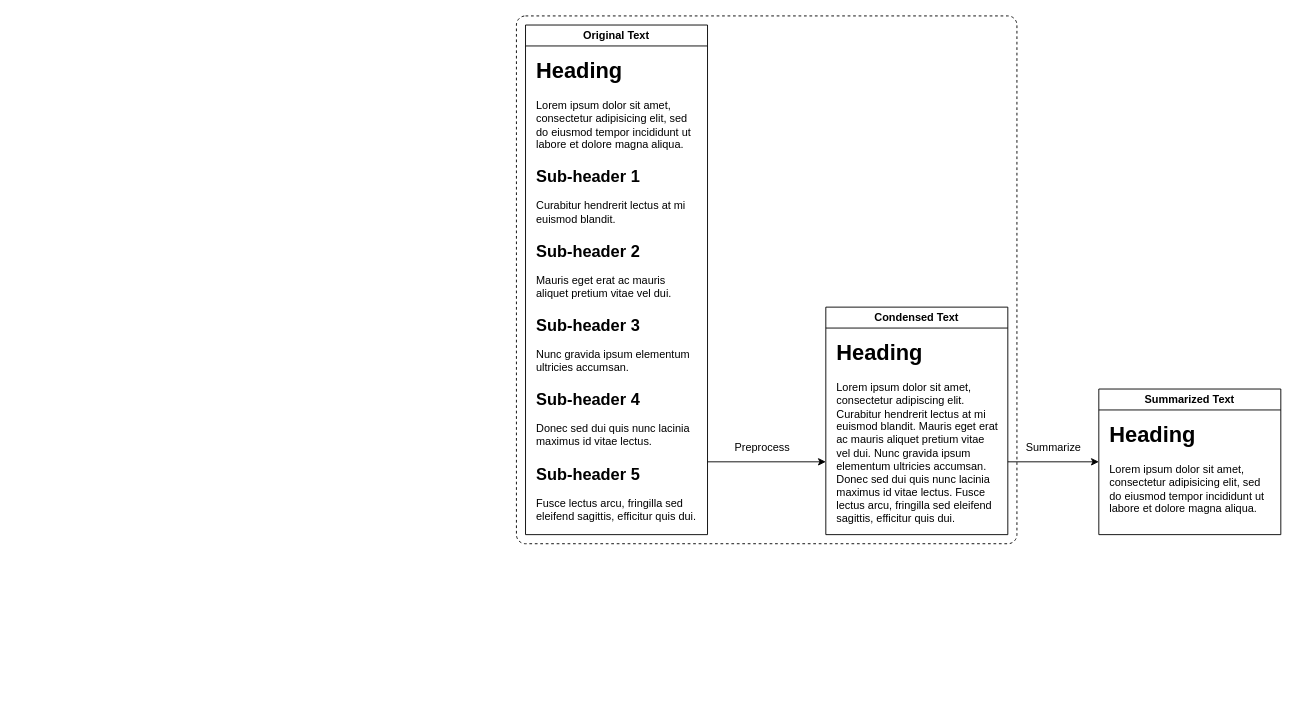
Before: page "Data condensing process PPT" (12 of 16) of documents/thesis/diagram/thesis.drawio in Z3n0n3005/Report-Generation, a draw.io diagram. Source tidied: cells renumbered, new cells numbered last; positions are measured from the earlier drawing's top-left corner, leaving out a move shared by most shapes. Both pictures are drawn from the tidied source at 91%, with x=0, y=0 at pixel (516, 15).
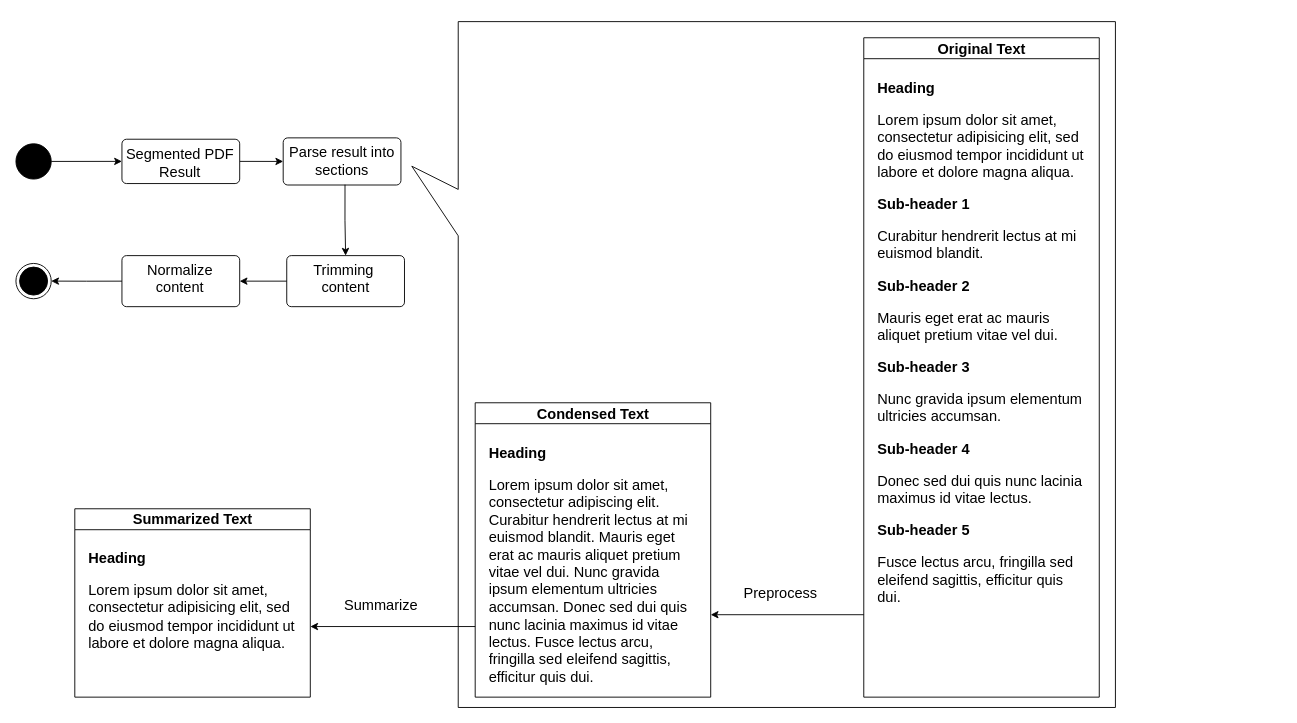
Above is the later version.

Change to the diagram source:
```diff
@@
-    <mxCell id="2" style="html=1;align=center;verticalAlign=top;rounded=1;absoluteArcSize=1;arcSize=20;dashed=1;whiteSpace=wrap;" parent="1" vertex="1">
-      <mxGeometry width="550" height="580" as="geometry" />
-    </mxCell>
+    <mxCell id="13" style="group;" parent="1" vertex="1">
+      <mxGeometry x="-550" y="6.2" width="1208.3" height="753.8" as="geometry" />
+    </mxCell>
+    <mxCell id="14" style="whiteSpace=wrap;html=1;shape=mxgraph.basic.rectCallout;dx=209.9;dy=51;boundedLbl=1;rotation=90;" parent="13" vertex="1">
+      <mxGeometry x="444.8" y="-9.7" width="753.7" height="773.2" as="geometry" />
+    </mxCell>
-    <mxCell id="3" value="Original Text" style="swimlane;whiteSpace=wrap;html=1;" parent="1" vertex="1">
-      <mxGeometry x="10" y="10" width="200" height="560" as="geometry" />
+    <mxCell id="3" value="&lt;font style=&quot;font-size: 16px;&quot;&gt;Original Text&lt;/font&gt;" style="swimlane;whiteSpace=wrap;html=1;" parent="13" vertex="1">
+      <mxGeometry x="931.7" y="17.8" width="258.8" height="724.6" as="geometry" />
     </mxCell>
-    <mxCell id="4" value="&lt;h1 style=&quot;margin-top: 0px;&quot;&gt;Heading&lt;/h1&gt;&lt;p&gt;Lorem ipsum dolor sit amet, consectetur adipisicing elit, sed do eiusmod tempor incididunt ut labore et dolore magna aliqua.&lt;/p&gt;&lt;h1 style=&quot;margin-top: 0px; margin-bottom: 0px;&quot;&gt;&lt;font style=&quot;font-size: 18px;&quot;&gt;Sub-header 1&lt;/font&gt;&lt;/h1&gt;&lt;p&gt;Curabitur hendrerit lectus at mi euismod blandit.&lt;/p&gt;&lt;h1 style=&quot;margin-top: 0px; margin-bottom: 0px;&quot;&gt;&lt;font style=&quot;font-size: 18px;&quot;&gt;Sub-header 2&lt;/font&gt;&lt;/h1&gt;&lt;p&gt;Mauris eget erat ac mauris aliquet pretium vitae vel dui.&lt;/p&gt;&lt;h1 style=&quot;margin-top: 0px; margin-bottom: 0px;&quot;&gt;&lt;font style=&quot;font-size: 18px;&quot;&gt;Sub-header 3&lt;/font&gt;&lt;/h1&gt;&lt;p&gt;Nunc gravida ipsum elementum ultricies accumsan.&lt;/p&gt;&lt;h1 style=&quot;margin-top: 0px; margin-bottom: 0px;&quot;&gt;&lt;font style=&quot;font-size: 18px;&quot;&gt;Sub-header 4&lt;/font&gt;&lt;/h1&gt;&lt;p&gt;Donec sed dui quis nunc lacinia maximus id vitae lectus.&lt;/p&gt;&lt;h1 style=&quot;margin-top: 0px; margin-bottom: 0px;&quot;&gt;&lt;font style=&quot;font-size: 18px;&quot;&gt;Sub-header 5&lt;/font&gt;&lt;/h1&gt;&lt;p&gt;Fusce lectus arcu, fringilla sed eleifend sagittis, efficitur quis dui.&lt;/p&gt;" style="text;html=1;whiteSpace=wrap;overflow=hidden;rounded=0;" parent="3" vertex="1">
-      <mxGeometry x="10" y="30" width="180" height="520" as="geometry" />
+    <mxCell id="4" value="&lt;h1 style=&quot;margin-top: 0px; font-size: 16px;&quot;&gt;Heading&lt;/h1&gt;&lt;p style=&quot;font-size: 16px;&quot;&gt;Lorem ipsum dolor sit amet, consectetur adipisicing elit, sed do eiusmod tempor incididunt ut labore et dolore magna aliqua.&lt;/p&gt;&lt;h1 style=&quot;margin-top: 0px; margin-bottom: 0px; font-size: 16px;&quot;&gt;&lt;font style=&quot;font-size: 16px;&quot;&gt;Sub-header 1&lt;/font&gt;&lt;/h1&gt;&lt;p style=&quot;font-size: 16px;&quot;&gt;Curabitur hendrerit lectus at mi euismod blandit.&lt;/p&gt;&lt;h1 style=&quot;margin-top: 0px; margin-bottom: 0px; font-size: 16px;&quot;&gt;&lt;font style=&quot;font-size: 16px;&quot;&gt;Sub-header 2&lt;/font&gt;&lt;/h1&gt;&lt;p style=&quot;font-size: 16px;&quot;&gt;Mauris eget erat ac mauris aliquet pretium vitae vel dui.&lt;/p&gt;&lt;h1 style=&quot;margin-top: 0px; margin-bottom: 0px; font-size: 16px;&quot;&gt;&lt;font style=&quot;font-size: 16px;&quot;&gt;Sub-header 3&lt;/font&gt;&lt;/h1&gt;&lt;p style=&quot;font-size: 16px;&quot;&gt;Nunc gravida ipsum elementum ultricies accumsan.&lt;/p&gt;&lt;h1 style=&quot;margin-top: 0px; margin-bottom: 0px; font-size: 16px;&quot;&gt;&lt;font style=&quot;font-size: 16px;&quot;&gt;Sub-header 4&lt;/font&gt;&lt;/h1&gt;&lt;p style=&quot;font-size: 16px;&quot;&gt;Donec sed dui quis nunc lacinia maximus id vitae lectus.&lt;/p&gt;&lt;h1 style=&quot;margin-top: 0px; margin-bottom: 0px; font-size: 16px;&quot;&gt;&lt;font style=&quot;font-size: 16px;&quot;&gt;Sub-header 5&lt;/font&gt;&lt;/h1&gt;&lt;p style=&quot;font-size: 16px;&quot;&gt;Fusce lectus arcu, fringilla sed eleifend sagittis, efficitur quis dui.&lt;/p&gt;" style="text;html=1;whiteSpace=wrap;overflow=hidden;rounded=0;fontSize=16;" parent="3" vertex="1">
+      <mxGeometry x="12.9" y="38.8" width="232.9" height="672.9" as="geometry" />
     </mxCell>
-    <mxCell id="5" value="Condensed Text" style="swimlane;whiteSpace=wrap;html=1;" parent="1" vertex="1">
-      <mxGeometry x="340" y="320" width="200" height="250" as="geometry" />
+    <mxCell id="5" value="&lt;font style=&quot;font-size: 16px;&quot;&gt;Condensed Text&lt;/font&gt;" style="swimlane;whiteSpace=wrap;html=1;" parent="13" vertex="1">
+      <mxGeometry x="504.7" y="418.9" width="258.8" height="323.5" as="geometry" />
     </mxCell>
-    <mxCell id="6" value="&lt;h1 style=&quot;margin-top: 0px;&quot;&gt;Heading&lt;/h1&gt;&lt;p&gt;Lorem ipsum dolor sit amet, consectetur adipiscing elit. Curabitur hendrerit lectus at mi euismod blandit. Mauris eget erat ac mauris aliquet pretium vitae vel dui. Nunc gravida ipsum elementum ultricies accumsan. Donec sed dui quis nunc lacinia maximus id vitae lectus.&amp;nbsp;&lt;span style=&quot;background-color: initial;&quot;&gt;Fusce lectus arcu, fringilla sed eleifend sagittis, efficitur quis dui.&lt;/span&gt;&lt;br&gt;&lt;/p&gt;" style="text;html=1;whiteSpace=wrap;overflow=hidden;rounded=0;" parent="5" vertex="1">
-      <mxGeometry x="10" y="30" width="180" height="220" as="geometry" />
+    <mxCell id="6" value="&lt;h1 style=&quot;margin-top: 0px; font-size: 16px;&quot;&gt;Heading&lt;/h1&gt;&lt;p style=&quot;font-size: 16px;&quot;&gt;Lorem ipsum dolor sit amet, consectetur adipiscing elit. Curabitur hendrerit lectus at mi euismod blandit. Mauris eget erat ac mauris aliquet pretium vitae vel dui. Nunc gravida ipsum elementum ultricies accumsan. Donec sed dui quis nunc lacinia maximus id vitae lectus.&amp;nbsp;&lt;span style=&quot;background-color: initial; font-size: 16px;&quot;&gt;Fusce lectus arcu, fringilla sed eleifend sagittis, efficitur quis dui.&lt;/span&gt;&lt;br style=&quot;font-size: 16px;&quot;&gt;&lt;/p&gt;" style="text;html=1;whiteSpace=wrap;overflow=hidden;rounded=0;fontSize=16;" parent="5" vertex="1">
+      <mxGeometry x="12.9" y="38.8" width="232.9" height="284.7" as="geometry" />
     </mxCell>
-    <mxCell id="7" value="Summarized Text" style="swimlane;whiteSpace=wrap;html=1;" parent="1" vertex="1">
-      <mxGeometry x="640" y="410" width="200" height="160" as="geometry" />
+    <mxCell id="7" value="&lt;font style=&quot;font-size: 16px;&quot;&gt;Summarized Text&lt;/font&gt;" style="swimlane;whiteSpace=wrap;html=1;" parent="13" vertex="1">
+      <mxGeometry x="64.7" y="535.4" width="258.8" height="207" as="geometry" />
     </mxCell>
-    <mxCell id="8" value="&lt;h1 style=&quot;margin-top: 0px;&quot;&gt;Heading&lt;/h1&gt;&lt;p&gt;Lorem ipsum dolor sit amet, consectetur adipisicing elit, sed do eiusmod tempor incididunt ut labore et dolore magna aliqua.&lt;/p&gt;" style="text;html=1;whiteSpace=wrap;overflow=hidden;rounded=0;" parent="7" vertex="1">
-      <mxGeometry x="10" y="30" width="180" height="120" as="geometry" />
+    <mxCell id="8" value="&lt;h1 style=&quot;margin-top: 0px; font-size: 16px;&quot;&gt;Heading&lt;/h1&gt;&lt;p style=&quot;font-size: 16px;&quot;&gt;Lorem ipsum dolor sit amet, consectetur adipisicing elit, sed do eiusmod tempor incididunt ut labore et dolore magna aliqua.&lt;/p&gt;" style="text;html=1;whiteSpace=wrap;overflow=hidden;rounded=0;fontSize=16;" parent="7" vertex="1">
+      <mxGeometry x="12.9" y="38.8" width="232.9" height="155.3" as="geometry" />
     </mxCell>
-    <mxCell id="9" style="endArrow=classic;html=1;rounded=0;" parent="1" edge="1">
+    <mxCell id="9" style="endArrow=classic;html=1;rounded=0;" parent="13" edge="1">
       <mxGeometry relative="1" as="geometry">
-        <mxPoint x="210" y="490" as="sourcePoint" />
-        <mxPoint x="340" y="490" as="targetPoint" />
+        <mxPoint x="931.7" y="651.8" as="sourcePoint" />
+        <mxPoint x="763.5" y="651.8" as="targetPoint" />
       </mxGeometry>
     </mxCell>
-    <mxCell id="10" style="endArrow=classic;html=1;rounded=0;entryX=0;entryY=0.5;entryDx=0;entryDy=0;" parent="1" edge="1" target="7">
+    <mxCell id="10" style="endArrow=classic;html=1;rounded=0;" parent="13" edge="1">
       <mxGeometry relative="1" as="geometry">
-        <mxPoint x="540" y="490" as="sourcePoint" />
+        <mxPoint x="504.7" y="664.8" as="sourcePoint" />
+        <mxPoint x="323.5" y="664.8" as="targetPoint" />
       </mxGeometry>
     </mxCell>
-    <mxCell id="11" value="Preprocess" style="text;html=1;align=center;verticalAlign=middle;strokeColor=none;fillColor=none;" parent="1" vertex="1">
-      <mxGeometry x="230" y="460" width="80" height="30" as="geometry" />
+    <mxCell id="11" value="Preprocess" style="text;html=1;align=center;verticalAlign=middle;strokeColor=none;fillColor=none;fontSize=16;" parent="13" vertex="1">
+      <mxGeometry x="790" y="613" width="100" height="30" as="geometry" />
     </mxCell>
-    <mxCell id="12" value="Summarize" style="text;html=1;align=center;verticalAlign=middle;strokeColor=none;fillColor=none;" parent="1" vertex="1">
-      <mxGeometry x="550" y="460" width="80" height="30" as="geometry" />
+    <mxCell id="12" value="&lt;font style=&quot;font-size: 16px;&quot;&gt;Summarize&lt;/font&gt;" style="text;html=1;align=center;verticalAlign=middle;strokeColor=none;fillColor=none;" parent="13" vertex="1">
+      <mxGeometry x="351.1" y="626" width="100" height="30" as="geometry" />
     </mxCell>
+    <mxCell id="15" style="edgeStyle=orthogonalEdgeStyle;rounded=0;jettySize=auto;html=1;exitX=1;exitY=0.5;exitDx=0;exitDy=0;entryX=0;entryY=0.5;entryDx=0;entryDy=0;" parent="13" edge="1" source="16" target="20">
+      <mxGeometry relative="1" as="geometry" />
+    </mxCell>
+    <mxCell id="16" value="&lt;font style=&quot;font-size: 16px;&quot;&gt;Segmented PDF Result&lt;/font&gt;" style="html=1;align=center;verticalAlign=top;rounded=1;absoluteArcSize=1;arcSize=10;dashed=0;whiteSpace=wrap;" parent="13" vertex="1">
+      <mxGeometry x="116.5" y="129.3" width="129.4" height="48.7" as="geometry" />
+    </mxCell>
+    <mxCell id="17" style="edgeStyle=orthogonalEdgeStyle;rounded=0;jettySize=auto;html=1;exitX=1;exitY=0.5;exitDx=0;exitDy=0;entryX=0;entryY=0.5;entryDx=0;entryDy=0;" parent="13" edge="1" source="18" target="16">
+      <mxGeometry relative="1" as="geometry" />
+    </mxCell>
+    <mxCell id="18" style="ellipse;fillColor=strokeColor;html=1;" parent="13" vertex="1">
+      <mxGeometry y="134.3" width="38.8" height="38.8" as="geometry" />
+    </mxCell>
+    <mxCell id="19" style="ellipse;html=1;shape=endState;fillColor=strokeColor;" parent="13" vertex="1">
+      <mxGeometry y="265.8" width="38.8" height="38.8" as="geometry" />
+    </mxCell>
+    <mxCell id="20" value="&lt;font style=&quot;font-size: 16px;&quot;&gt;Parse result into sections&lt;/font&gt;" style="html=1;align=center;verticalAlign=top;rounded=1;absoluteArcSize=1;arcSize=10;dashed=0;whiteSpace=wrap;" parent="13" vertex="1">
+      <mxGeometry x="293.7" y="127.8" width="129.4" height="51.8" as="geometry" />
+    </mxCell>
+    <mxCell id="21" value="&lt;font style=&quot;font-size: 16px;&quot;&gt;Trimming&amp;nbsp;&lt;/font&gt;&lt;div&gt;&lt;font style=&quot;font-size: 16px;&quot;&gt;content&lt;/font&gt;&lt;/div&gt;" style="html=1;align=center;verticalAlign=top;rounded=1;absoluteArcSize=1;arcSize=10;dashed=0;whiteSpace=wrap;" parent="13" vertex="1">
+      <mxGeometry x="297.6" y="257.2" width="129.4" height="56.1" as="geometry" />
+    </mxCell>
+    <mxCell id="22" style="edgeStyle=orthogonalEdgeStyle;rounded=0;jettySize=auto;html=1;exitX=0.525;exitY=0.993;exitDx=0;exitDy=0;entryX=0.5;entryY=0;entryDx=0;entryDy=0;exitPerimeter=0;" parent="13" edge="1" source="20" target="21">
+      <mxGeometry relative="1" as="geometry" />
+    </mxCell>
+    <mxCell id="23" value="&lt;font style=&quot;font-size: 16px;&quot;&gt;Normalize content&lt;/font&gt;" style="html=1;align=center;verticalAlign=top;rounded=1;absoluteArcSize=1;arcSize=10;dashed=0;whiteSpace=wrap;" parent="13" vertex="1">
+      <mxGeometry x="116.5" y="257.2" width="129.4" height="56.1" as="geometry" />
+    </mxCell>
+    <mxCell id="24" style="edgeStyle=orthogonalEdgeStyle;rounded=0;jettySize=auto;html=1;exitX=0;exitY=0.5;exitDx=0;exitDy=0;entryX=1;entryY=0.5;entryDx=0;entryDy=0;" parent="13" edge="1" source="21" target="23">
+      <mxGeometry relative="1" as="geometry" />
+    </mxCell>
+    <mxCell id="25" style="edgeStyle=orthogonalEdgeStyle;rounded=0;jettySize=auto;html=1;exitX=0;exitY=0.5;exitDx=0;exitDy=0;entryX=1;entryY=0.5;entryDx=0;entryDy=0;" parent="13" edge="1" source="23" target="19">
+      <mxGeometry relative="1" as="geometry" />
+    </mxCell>
```
